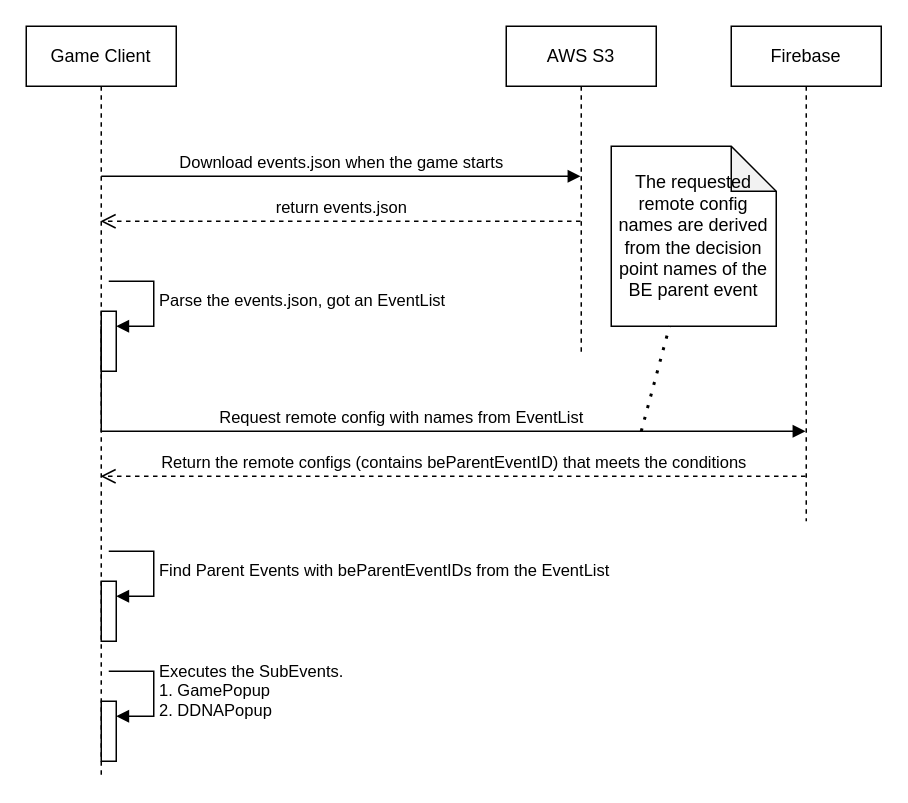
This is 未命名绘图.drawio from yaohuiwu/SimpleFS, a draw.io file, before an edit. Source tidied: cells renumbered, new cells numbered last; positions are measured from the earlier drawing's top-left corner, leaving out a move shared by most shapes. Both pictures are drawn from the tidied source at 150%, with x=0, y=0 at pixel (26, 26).
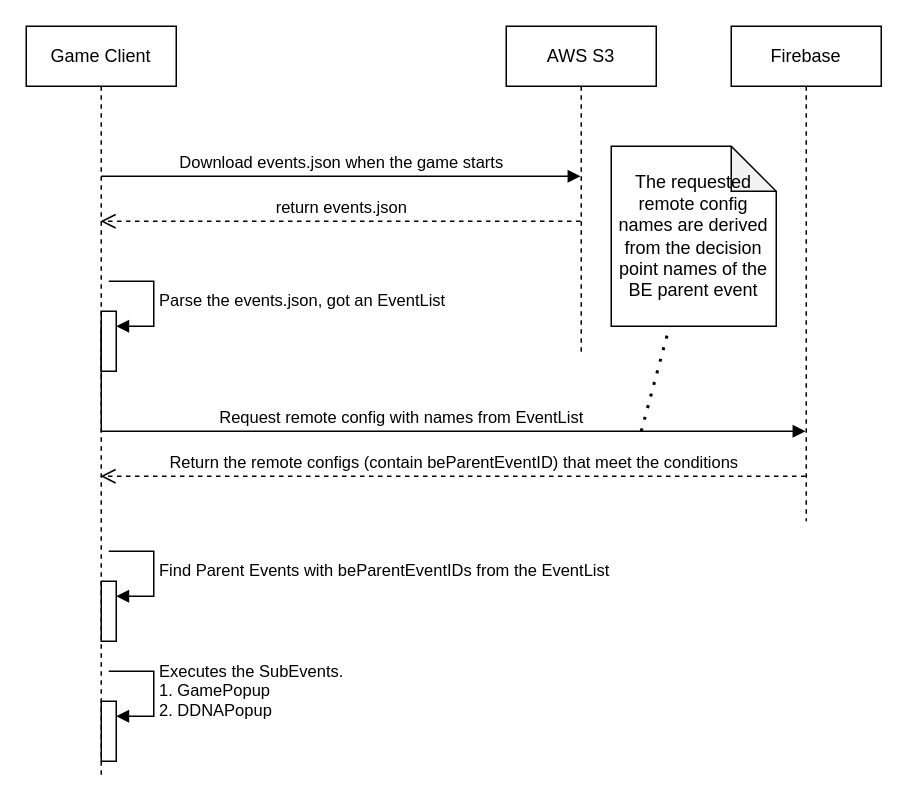
Above is the later version.

Commit message (it also covers changes not shown here):
更新未命名绘图.drawio

Unchanged cells that the change refers to:
```xml
<mxCell id="2" value="Game Client" style="shape=umlLifeline;perimeter=lifelinePerimeter;whiteSpace=wrap;html=1;outlineConnect=0;portConstraint=eastwest;newEdgeStyle={&quot;edgeStyle&quot;:&quot;elbowEdgeStyle&quot;,&quot;elbow&quot;:&quot;vertical&quot;,&quot;curved&quot;:0,&quot;rounded&quot;:0};" parent="1" vertex="1">
  <mxGeometry width="100" height="500" as="geometry" />
</mxCell>
<mxCell id="10" value="Firebase" style="shape=umlLifeline;perimeter=lifelinePerimeter;whiteSpace=wrap;html=1;outlineConnect=0;portConstraint=eastwest;newEdgeStyle={&quot;edgeStyle&quot;:&quot;elbowEdgeStyle&quot;,&quot;elbow&quot;:&quot;vertical&quot;,&quot;curved&quot;:0,&quot;rounded&quot;:0};" parent="1" vertex="1">
  <mxGeometry x="470" width="100" height="330" as="geometry" />
</mxCell>
```

Change to the diagram source:
```diff
@@
-    <mxCell id="14" value="Return the remote configs (contains beParentEventID) that meets the conditions" style="html=1;verticalAlign=bottom;endArrow=open;dashed=1;endSize=8;edgeStyle=elbowEdgeStyle;elbow=vertical;curved=0;rounded=0;" parent="1" edge="1" source="10" target="2">
+    <mxCell id="14" value="Return the remote configs (contain beParentEventID) that meet the conditions" style="html=1;verticalAlign=bottom;endArrow=open;dashed=1;endSize=8;edgeStyle=elbowEdgeStyle;elbow=vertical;curved=0;rounded=0;" parent="1" edge="1" source="10" target="2">
       <mxGeometry relative="1" as="geometry">
         <Array as="points">
           <mxPoint x="170" y="300" />
           <mxPoint x="300" y="290" />
           <mxPoint x="270" y="230" />
           <mxPoint x="220" y="240" />
         </Array>
       </mxGeometry>
     </mxCell>
```
